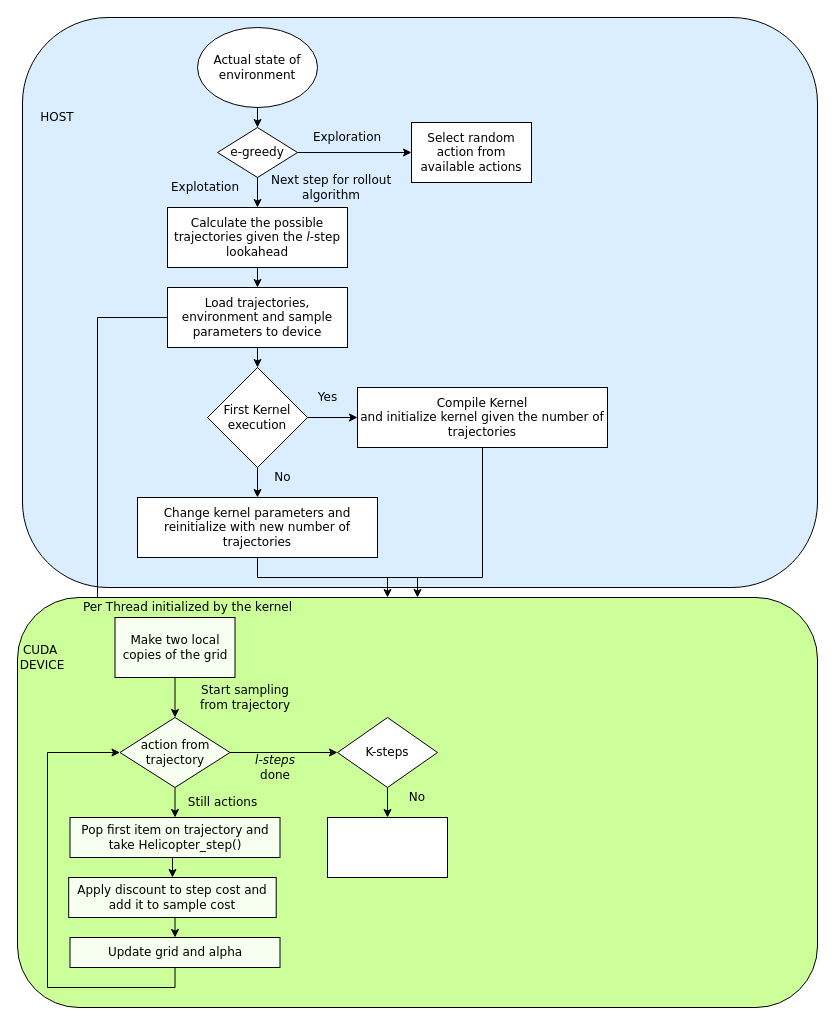
The draw.io diagram pics/Untitled Diagram.drawio in Bobobert/gym-forest-fire, before the edit. Source tidied: cells renumbered, new cells numbered last; positions are measured from the earlier drawing's top-left corner, leaving out a move shared by most shapes. Both pictures are drawn from the tidied source at 100%, with x=0, y=0 at pixel (17, 17).
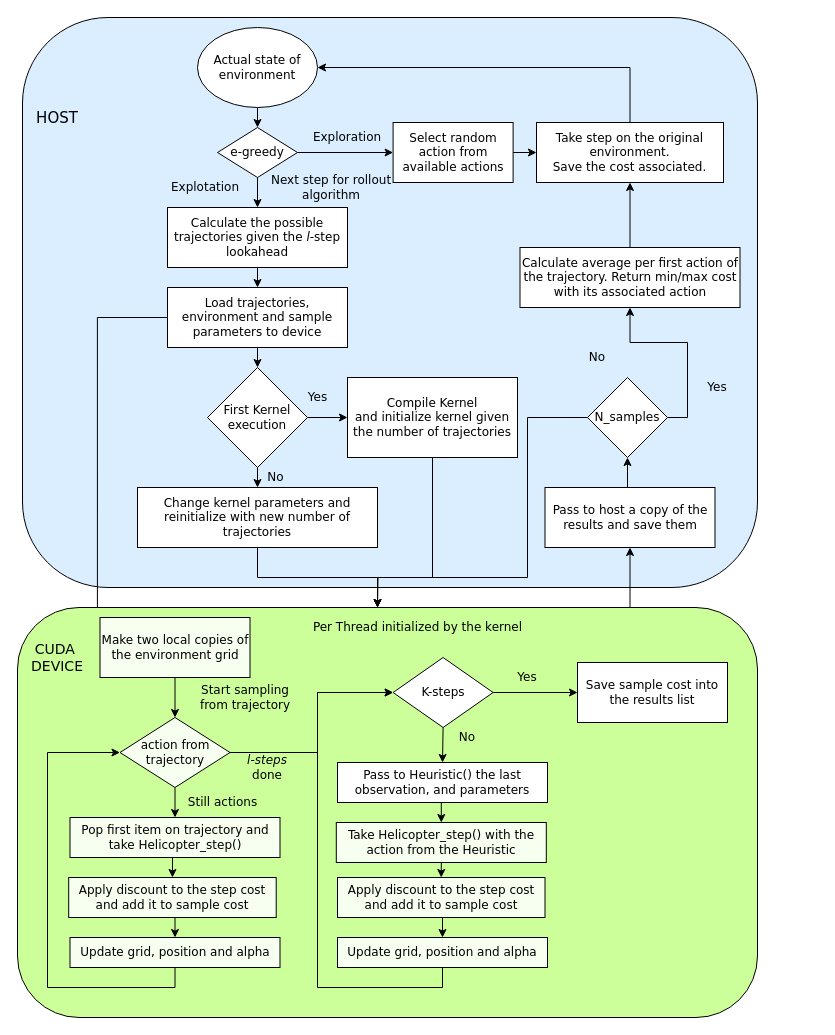
Above is the later version.

The change refers to these unchanged cells:
```xml
<mxCell id="5" value="Actual state of environment" style="ellipse;whiteSpace=wrap;html=1;fontFamily=Verdana;fontSize=12;" parent="1" vertex="1">
  <mxGeometry x="180" y="10" width="120" height="80" as="geometry" />
</mxCell>
<mxCell id="28" value="action from trajectory" style="rhombus;whiteSpace=wrap;html=1;labelBackgroundColor=none;fillColor=#F7FFF0;fontFamily=Verdana;fontSize=12;fontColor=#000000;" parent="1" vertex="1">
  <mxGeometry x="102.5" y="700" width="110" height="70" as="geometry" />
</mxCell>
```

What changed in the source:
```diff
@@
     <mxCell id="2" style="rounded=1;whiteSpace=wrap;html=1;labelBackgroundColor=none;fontFamily=Verdana;fontSize=12;fontColor=#000000;fillColor=#DBEEFF;" parent="1" vertex="1">
-      <mxGeometry x="5" width="795" height="570" as="geometry" />
+      <mxGeometry x="5" width="735" height="570" as="geometry" />
     </mxCell>
+    <mxCell id="48" style="edgeStyle=orthogonalEdgeStyle;rounded=0;jettySize=auto;html=1;exitX=0.75;exitY=0;exitDx=0;exitDy=0;entryX=0.5;entryY=1;entryDx=0;entryDy=0;endArrow=classic;endFill=1;fontFamily=Verdana;fontSize=12;fontColor=#000000;" parent="1" edge="1" source="3" target="67">
+      <mxGeometry relative="1" as="geometry">
+        <Array as="points">
+          <mxPoint x="613" y="590" />
+        </Array>
+      </mxGeometry>
+    </mxCell>
     <mxCell id="3" style="rounded=1;whiteSpace=wrap;html=1;labelBackgroundColor=#CCFF99;labelBorderColor=#000000;fillColor=#CCFF99;" parent="1" vertex="1">
-      <mxGeometry y="580" width="800" height="410" as="geometry" />
+      <mxGeometry y="590" width="740" height="410" as="geometry" />
     </mxCell>
@@
-    <mxCell id="8" value="CUDA&amp;nbsp; DEVICE" style="text;html=1;strokeColor=none;fillColor=none;align=center;verticalAlign=middle;whiteSpace=wrap;rounded=0;labelBackgroundColor=#CCFF99;fontFamily=Verdana;fontSize=12;fontColor=#000000;" parent="1" vertex="1">
-      <mxGeometry x="5" y="630" width="40" height="20" as="geometry" />
+    <mxCell id="8" value="&lt;font style=&quot;font-size: 14px&quot;&gt;CUDA&amp;nbsp; DEVICE&lt;/font&gt;" style="text;html=1;strokeColor=none;fillColor=none;align=center;verticalAlign=middle;whiteSpace=wrap;rounded=0;labelBackgroundColor=#CCFF99;fontFamily=Verdana;fontSize=12;fontColor=#000000;" parent="1" vertex="1">
+      <mxGeometry x="20" y="630" width="40" height="20" as="geometry" />
     </mxCell>
-    <mxCell id="9" value="HOST" style="text;html=1;strokeColor=none;fillColor=none;align=center;verticalAlign=middle;whiteSpace=wrap;rounded=0;labelBackgroundColor=none;fontFamily=Verdana;fontSize=12;fontColor=#000000;" parent="1" vertex="1">
+    <mxCell id="9" value="&lt;font style=&quot;font-size: 15px&quot;&gt;HOST&lt;/font&gt;" style="text;html=1;strokeColor=none;fillColor=none;align=center;verticalAlign=middle;whiteSpace=wrap;rounded=0;labelBackgroundColor=none;fontFamily=Verdana;fontSize=12;fontColor=#000000;" parent="1" vertex="1">
       <mxGeometry x="20" y="90" width="40" height="20" as="geometry" />
     </mxCell>
@@
-    <mxCell id="17" style="edgeStyle=orthogonalEdgeStyle;rounded=0;jettySize=auto;html=1;exitX=0.5;exitY=1;exitDx=0;exitDy=0;endArrow=classic;endFill=1;fontFamily=Verdana;fontSize=12;fontColor=#000000;" parent="1" edge="1" source="18">
-      <mxGeometry relative="1" as="geometry">
-        <mxPoint x="370" y="580" as="targetPoint" />
-        <Array as="points">
-          <mxPoint x="465" y="560" />
-          <mxPoint x="370" y="560" />
-        </Array>
-      </mxGeometry>
-    </mxCell>
+    <mxCell id="49" style="edgeStyle=orthogonalEdgeStyle;rounded=0;jettySize=auto;html=1;exitX=0.5;exitY=1;exitDx=0;exitDy=0;endArrow=classic;endFill=1;fontFamily=Verdana;fontSize=12;fontColor=#000000;" parent="1" edge="1" source="18">
+      <mxGeometry relative="1" as="geometry">
+        <mxPoint x="360" y="590" as="targetPoint" />
+        <Array as="points">
+          <mxPoint x="415" y="560" />
+          <mxPoint x="360" y="560" />
+        </Array>
+      </mxGeometry>
+    </mxCell>
     <mxCell id="18" value="&lt;div&gt;Compile Kernel&lt;/div&gt;&lt;div&gt;and initialize kernel given the number of trajectories&lt;br&gt;&lt;/div&gt;" style="rounded=0;whiteSpace=wrap;html=1;labelBackgroundColor=none;fontFamily=Verdana;fontSize=12;fontColor=#000000;fillColor=#FFFFFF;" parent="1" vertex="1">
-      <mxGeometry x="340" y="370" width="250" height="60" as="geometry" />
+      <mxGeometry x="330" y="360" width="170" height="80" as="geometry" />
     </mxCell>
     <mxCell id="19" value="Yes" style="text;html=1;align=center;verticalAlign=middle;fontSize=12;fontFamily=Verdana;fontColor=#000000;" parent="1" vertex="1">
-      <mxGeometry x="290" y="370" width="40" height="20" as="geometry" />
+      <mxGeometry x="280" y="370" width="40" height="20" as="geometry" />
     </mxCell>
-    <mxCell id="20" style="edgeStyle=orthogonalEdgeStyle;rounded=0;jettySize=auto;html=1;exitX=0.5;exitY=1;exitDx=0;exitDy=0;endArrow=classic;endFill=1;fontFamily=Verdana;fontSize=12;fontColor=#000000;" parent="1" edge="1" source="21" target="3">
-      <mxGeometry relative="1" as="geometry" />
-    </mxCell>
+    <mxCell id="50" style="edgeStyle=orthogonalEdgeStyle;rounded=0;jettySize=auto;html=1;exitX=0.5;exitY=1;exitDx=0;exitDy=0;endArrow=classic;endFill=1;fontFamily=Verdana;fontSize=12;fontColor=#000000;" parent="1" edge="1" source="21">
+      <mxGeometry relative="1" as="geometry">
+        <mxPoint x="360" y="590" as="targetPoint" />
+      </mxGeometry>
+    </mxCell>
     <mxCell id="21" value="Change kernel parameters and reinitialize with new number of trajectories" style="rounded=0;whiteSpace=wrap;html=1;labelBackgroundColor=none;fillColor=#FFFFFF;fontFamily=Verdana;fontSize=12;fontColor=#000000;" parent="1" vertex="1">
-      <mxGeometry x="120" y="480" width="240" height="60" as="geometry" />
+      <mxGeometry x="120" y="470" width="240" height="60" as="geometry" />
     </mxCell>
     <mxCell id="22" value="No" style="text;html=1;align=center;verticalAlign=middle;fontSize=12;fontFamily=Verdana;fontColor=#000000;" parent="1" vertex="1">
-      <mxGeometry x="250" y="450" width="30" height="20" as="geometry" />
+      <mxGeometry x="242.5" y="450" width="30" height="20" as="geometry" />
     </mxCell>
@@
-    <mxCell id="24" value="Make two local copies of the grid" style="rounded=0;whiteSpace=wrap;html=1;labelBackgroundColor=none;fontFamily=Verdana;fontSize=12;fontColor=#000000;fillColor=#F7FFF0;" parent="1" vertex="1">
-      <mxGeometry x="97.5" y="600" width="120" height="60" as="geometry" />
+    <mxCell id="24" value="Make two local copies of the environment grid" style="rounded=0;whiteSpace=wrap;html=1;labelBackgroundColor=none;fontFamily=Verdana;fontSize=12;fontColor=#000000;fillColor=#F7FFF0;" parent="1" vertex="1">
+      <mxGeometry x="82.5" y="600" width="150" height="60" as="geometry" />
     </mxCell>
     <mxCell id="25" value="Per Thread initialized by the kernel" style="text;html=1;align=center;verticalAlign=middle;fontSize=12;fontFamily=Verdana;fontColor=#000000;" parent="1" vertex="1">
-      <mxGeometry x="60" y="580" width="220" height="20" as="geometry" />
+      <mxGeometry x="290" y="600" width="220" height="20" as="geometry" />
     </mxCell>
@@
     <mxCell id="27" style="edgeStyle=orthogonalEdgeStyle;rounded=0;jettySize=auto;html=1;exitX=1;exitY=0.5;exitDx=0;exitDy=0;entryX=0;entryY=0.5;entryDx=0;entryDy=0;endArrow=classic;endFill=1;fontFamily=Verdana;fontSize=12;fontColor=#000000;" parent="1" edge="1" source="28" target="44">
-      <mxGeometry relative="1" as="geometry" />
+      <mxGeometry relative="1" as="geometry">
+        <Array as="points">
+          <mxPoint x="300" y="735" />
+          <mxPoint x="300" y="675" />
+        </Array>
+      </mxGeometry>
     </mxCell>
@@
-    <mxCell id="34" value="Apply discount to step cost and add it to sample cost" style="rounded=0;whiteSpace=wrap;html=1;labelBackgroundColor=none;fillColor=#F7FFF0;fontFamily=Verdana;fontSize=12;fontColor=#000000;" parent="1" vertex="1">
+    <mxCell id="34" value="Apply discount to the step cost and add it to sample cost" style="rounded=0;whiteSpace=wrap;html=1;labelBackgroundColor=none;fillColor=#F7FFF0;fontFamily=Verdana;fontSize=12;fontColor=#000000;" parent="1" vertex="1">
       <mxGeometry x="51.2" y="860" width="207.5" height="40" as="geometry" />
     </mxCell>
@@
-    <mxCell id="36" value="Update grid and alpha" style="rounded=0;whiteSpace=wrap;html=1;labelBackgroundColor=none;fillColor=#F7FFF0;fontFamily=Verdana;fontSize=12;fontColor=#000000;" parent="1" vertex="1">
+    <mxCell id="36" value="Update grid, position and alpha" style="rounded=0;whiteSpace=wrap;html=1;labelBackgroundColor=none;fillColor=#F7FFF0;fontFamily=Verdana;fontSize=12;fontColor=#000000;" parent="1" vertex="1">
       <mxGeometry x="52.5" y="920" width="210" height="30" as="geometry" />
     </mxCell>
@@
+    <mxCell id="51" style="edgeStyle=orthogonalEdgeStyle;rounded=0;jettySize=auto;html=1;exitX=1;exitY=0.5;exitDx=0;exitDy=0;endArrow=classic;endFill=1;fontFamily=Verdana;fontSize=12;fontColor=#000000;" parent="1" edge="1" source="41" target="72">
+      <mxGeometry relative="1" as="geometry" />
+    </mxCell>
     <mxCell id="41" value="Select random action from available actions" style="rounded=0;whiteSpace=wrap;html=1;labelBackgroundColor=none;fillColor=#FFFFFF;fontFamily=Verdana;fontSize=12;fontColor=#000000;" parent="1" vertex="1">
-      <mxGeometry x="394" y="105" width="120" height="60" as="geometry" />
+      <mxGeometry x="375.6" y="105" width="120" height="60" as="geometry" />
     </mxCell>
@@
+    <mxCell id="52" style="edgeStyle=orthogonalEdgeStyle;rounded=0;jettySize=auto;html=1;exitX=1;exitY=0.5;exitDx=0;exitDy=0;entryX=0;entryY=0.5;entryDx=0;entryDy=0;endArrow=classic;endFill=1;fontFamily=Verdana;fontSize=12;fontColor=#000000;" parent="1" edge="1" source="44" target="60">
+      <mxGeometry relative="1" as="geometry" />
+    </mxCell>
     <mxCell id="44" value="K-steps" style="rhombus;whiteSpace=wrap;html=1;labelBackgroundColor=none;fillColor=#FFFFFF;fontFamily=Verdana;fontSize=12;fontColor=#000000;" parent="1" vertex="1">
-      <mxGeometry x="320" y="700" width="100" height="70" as="geometry" />
+      <mxGeometry x="375.6" y="640" width="100" height="70" as="geometry" />
     </mxCell>
     <mxCell id="45" value="&lt;i&gt;l-steps&lt;/i&gt; done" style="text;html=1;strokeColor=none;fillColor=none;align=center;verticalAlign=middle;whiteSpace=wrap;rounded=0;labelBackgroundColor=none;fontFamily=Verdana;fontSize=12;fontColor=#000000;" parent="1" vertex="1">
-      <mxGeometry x="227.5" y="740" width="60" height="20" as="geometry" />
+      <mxGeometry x="220" y="740" width="60" height="20" as="geometry" />
     </mxCell>
+    <mxCell id="53" style="edgeStyle=orthogonalEdgeStyle;rounded=0;jettySize=auto;html=1;exitX=0.5;exitY=1;exitDx=0;exitDy=0;entryX=0.5;entryY=0;entryDx=0;entryDy=0;endArrow=classic;endFill=1;fontFamily=Verdana;fontSize=12;fontColor=#000000;" parent="1" edge="1" source="46" target="55">
+      <mxGeometry relative="1" as="geometry" />
+    </mxCell>
-    <mxCell id="46" style="rounded=0;whiteSpace=wrap;html=1;labelBackgroundColor=none;fillColor=#FFFFFF;fontFamily=Verdana;fontSize=12;fontColor=#000000;" parent="1" vertex="1">
-      <mxGeometry x="310" y="800" width="120" height="60" as="geometry" />
+    <mxCell id="46" value="Pass to Heuristic() the last observation, and parameters" style="rounded=0;whiteSpace=wrap;html=1;labelBackgroundColor=none;fillColor=#FFFFFF;fontFamily=Verdana;fontSize=12;fontColor=#000000;" parent="1" vertex="1">
+      <mxGeometry x="320" y="745" width="210" height="40" as="geometry" />
     </mxCell>
     <mxCell id="47" value="No" style="text;html=1;strokeColor=none;fillColor=none;align=center;verticalAlign=middle;whiteSpace=wrap;rounded=0;labelBackgroundColor=none;fontFamily=Verdana;fontSize=12;fontColor=#000000;" parent="1" vertex="1">
-      <mxGeometry x="380" y="770" width="40" height="20" as="geometry" />
+      <mxGeometry x="430" y="710" width="40" height="20" as="geometry" />
     </mxCell>
+    <mxCell id="54" style="edgeStyle=orthogonalEdgeStyle;rounded=0;jettySize=auto;html=1;exitX=0.5;exitY=1;exitDx=0;exitDy=0;entryX=0.5;entryY=0;entryDx=0;entryDy=0;endArrow=classic;endFill=1;fontFamily=Verdana;fontSize=12;fontColor=#000000;" parent="1" edge="1" source="55" target="59">
+      <mxGeometry relative="1" as="geometry" />
+    </mxCell>
+    <mxCell id="55" value="Take Helicopter_step() with the action from the Heuristic" style="rounded=0;whiteSpace=wrap;html=1;labelBackgroundColor=none;fillColor=#F7FFF0;fontFamily=Verdana;fontSize=12;fontColor=#000000;" parent="1" vertex="1">
+      <mxGeometry x="318.8" y="805" width="210" height="40" as="geometry" />
+    </mxCell>
+    <mxCell id="56" style="edgeStyle=orthogonalEdgeStyle;rounded=0;jettySize=auto;html=1;exitX=0.5;exitY=1;exitDx=0;exitDy=0;entryX=0;entryY=0.5;entryDx=0;entryDy=0;endArrow=classic;endFill=1;fontFamily=Verdana;fontSize=12;fontColor=#000000;" parent="1" edge="1" source="57" target="44">
+      <mxGeometry relative="1" as="geometry">
+        <Array as="points">
+          <mxPoint x="425" y="970" />
+          <mxPoint x="300" y="970" />
+          <mxPoint x="300" y="675" />
+        </Array>
+      </mxGeometry>
+    </mxCell>
+    <mxCell id="57" value="Update grid, position and alpha" style="rounded=0;whiteSpace=wrap;html=1;labelBackgroundColor=none;fillColor=#F7FFF0;fontFamily=Verdana;fontSize=12;fontColor=#000000;" parent="1" vertex="1">
+      <mxGeometry x="320" y="920" width="210" height="30" as="geometry" />
+    </mxCell>
+    <mxCell id="58" style="edgeStyle=orthogonalEdgeStyle;rounded=0;jettySize=auto;html=1;exitX=0.5;exitY=1;exitDx=0;exitDy=0;entryX=0.5;entryY=0;entryDx=0;entryDy=0;endArrow=classic;endFill=1;fontFamily=Verdana;fontSize=12;fontColor=#000000;" parent="1" edge="1" source="59" target="57">
+      <mxGeometry relative="1" as="geometry" />
+    </mxCell>
+    <mxCell id="59" value="Apply discount to the step cost and add it to sample cost" style="rounded=0;whiteSpace=wrap;html=1;labelBackgroundColor=none;fillColor=#F7FFF0;fontFamily=Verdana;fontSize=12;fontColor=#000000;" parent="1" vertex="1">
+      <mxGeometry x="320" y="860" width="207.5" height="40" as="geometry" />
+    </mxCell>
+    <mxCell id="60" value="Save sample cost into the results list " style="rounded=0;whiteSpace=wrap;html=1;labelBackgroundColor=none;fillColor=#FFFFFF;fontFamily=Verdana;fontSize=12;fontColor=#000000;" parent="1" vertex="1">
+      <mxGeometry x="560" y="645" width="150" height="60" as="geometry" />
+    </mxCell>
+    <mxCell id="61" value="Yes" style="text;html=1;strokeColor=none;fillColor=none;align=center;verticalAlign=middle;whiteSpace=wrap;rounded=0;labelBackgroundColor=none;fontFamily=Verdana;fontSize=12;fontColor=#000000;" parent="1" vertex="1">
+      <mxGeometry x="490" y="650" width="40" height="20" as="geometry" />
+    </mxCell>
+    <mxCell id="62" style="edgeStyle=orthogonalEdgeStyle;rounded=0;jettySize=auto;html=1;exitX=1;exitY=0.5;exitDx=0;exitDy=0;entryX=0.5;entryY=1;entryDx=0;entryDy=0;endArrow=classic;endFill=1;fontFamily=Verdana;fontSize=12;fontColor=#000000;" parent="1" edge="1" source="64" target="69">
+      <mxGeometry relative="1" as="geometry" />
+    </mxCell>
+    <mxCell id="63" style="edgeStyle=orthogonalEdgeStyle;rounded=0;jettySize=auto;html=1;exitX=0;exitY=0.5;exitDx=0;exitDy=0;endArrow=classic;endFill=1;fontFamily=Verdana;fontSize=12;fontColor=#000000;" parent="1" edge="1" source="64">
+      <mxGeometry relative="1" as="geometry">
+        <mxPoint x="360" y="590" as="targetPoint" />
+        <Array as="points">
+          <mxPoint x="510" y="400" />
+          <mxPoint x="510" y="560" />
+          <mxPoint x="360" y="560" />
+        </Array>
+      </mxGeometry>
+    </mxCell>
+    <mxCell id="64" value="N_samples" style="rhombus;whiteSpace=wrap;html=1;labelBackgroundColor=none;fillColor=#FFFFFF;fontFamily=Verdana;fontSize=12;fontColor=#000000;" parent="1" vertex="1">
+      <mxGeometry x="570" y="360" width="80" height="80" as="geometry" />
+    </mxCell>
+    <mxCell id="65" value="No" style="text;html=1;strokeColor=none;fillColor=none;align=center;verticalAlign=middle;whiteSpace=wrap;rounded=0;labelBackgroundColor=none;fontFamily=Verdana;fontSize=12;fontColor=#000000;" parent="1" vertex="1">
+      <mxGeometry x="560" y="330" width="40" height="20" as="geometry" />
+    </mxCell>
+    <mxCell id="66" style="edgeStyle=orthogonalEdgeStyle;rounded=0;jettySize=auto;html=1;exitX=0.5;exitY=0;exitDx=0;exitDy=0;entryX=0.5;entryY=1;entryDx=0;entryDy=0;endArrow=classic;endFill=1;fontFamily=Verdana;fontSize=12;fontColor=#000000;" parent="1" edge="1" source="67" target="64">
+      <mxGeometry relative="1" as="geometry" />
+    </mxCell>
+    <mxCell id="67" value="Pass to host a copy of the results and save them" style="rounded=0;whiteSpace=wrap;html=1;labelBackgroundColor=none;fillColor=#FFFFFF;fontFamily=Verdana;fontSize=12;fontColor=#000000;" parent="1" vertex="1">
+      <mxGeometry x="527.5" y="470" width="170" height="60" as="geometry" />
+    </mxCell>
+    <mxCell id="68" style="edgeStyle=orthogonalEdgeStyle;rounded=0;jettySize=auto;html=1;exitX=0.5;exitY=0;exitDx=0;exitDy=0;entryX=0.5;entryY=1;entryDx=0;entryDy=0;endArrow=classic;endFill=1;fontFamily=Verdana;fontSize=12;fontColor=#000000;" parent="1" edge="1" source="69" target="72">
+      <mxGeometry relative="1" as="geometry" />
+    </mxCell>
+    <mxCell id="69" value="Calculate average per first action of the trajectory. Return min/max cost with its associated action" style="rounded=0;whiteSpace=wrap;html=1;labelBackgroundColor=none;fillColor=#FFFFFF;fontFamily=Verdana;fontSize=12;fontColor=#000000;" parent="1" vertex="1">
+      <mxGeometry x="502.5" y="230" width="220" height="60" as="geometry" />
+    </mxCell>
+    <mxCell id="70" value="Yes" style="text;html=1;strokeColor=none;fillColor=none;align=center;verticalAlign=middle;whiteSpace=wrap;rounded=0;labelBackgroundColor=none;fontFamily=Verdana;fontSize=12;fontColor=#000000;" parent="1" vertex="1">
+      <mxGeometry x="680" y="360" width="40" height="20" as="geometry" />
+    </mxCell>
+    <mxCell id="71" style="edgeStyle=orthogonalEdgeStyle;rounded=0;jettySize=auto;html=1;exitX=0.5;exitY=0;exitDx=0;exitDy=0;entryX=1;entryY=0.5;entryDx=0;entryDy=0;endArrow=classic;endFill=1;fontFamily=Verdana;fontSize=12;fontColor=#000000;" parent="1" edge="1" source="72" target="5">
+      <mxGeometry relative="1" as="geometry" />
+    </mxCell>
+    <mxCell id="72" value="&lt;div&gt;Take step on the original environment.&lt;/div&gt;&lt;div&gt;Save the cost associated.&lt;br&gt;&lt;/div&gt;" style="rounded=0;whiteSpace=wrap;html=1;labelBackgroundColor=none;fillColor=#FFFFFF;fontFamily=Verdana;fontSize=12;fontColor=#000000;" parent="1" vertex="1">
+      <mxGeometry x="519" y="105" width="187" height="60" as="geometry" />
+    </mxCell>
```
